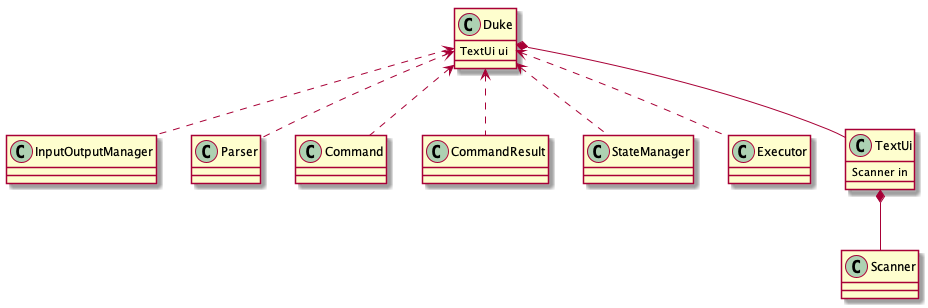
Earlier version of the PlantUML export docs/diagrams/MainClassDiagram.png (wangqinNick/tp). Its diagram source:
```plantuml
@startuml

class InputOutputManager
class Parser
class Command
class CommandResult
class StateManager
class Executor
class Scanner

class Duke {
    TextUi ui
}
class TextUi {
    Scanner in
}

Duke *-- TextUi
Duke <.. Parser
Duke <.. Command
Duke <.. CommandResult
Duke <.. Executor
Duke <.. InputOutputManager
Duke <.. StateManager

TextUi *-- Scanner

@enduml
```
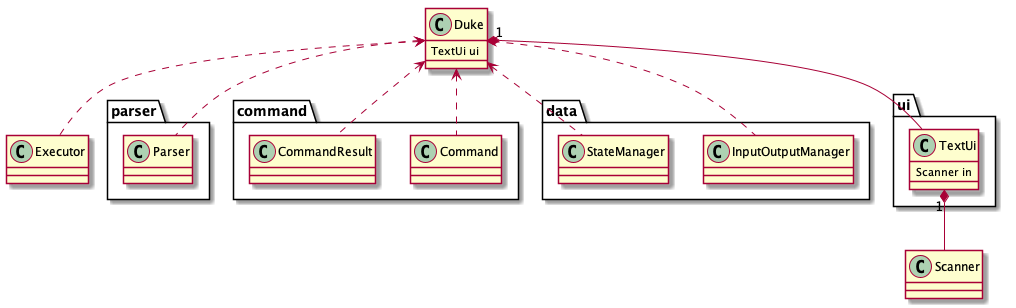
Above is the later version.

The edit, as a diff of the source:
```diff
@@ -1,21 +1,32 @@
 @startuml
-
-class InputOutputManager
-class Parser
-class Command
-class CommandResult
-class StateManager
-class Executor
-class Scanner
 
 class Duke {
     TextUi ui
 }
-class TextUi {
-    Scanner in
+class Executor
+class Scanner
+
+package parser {
+    class Parser
 }
 
-Duke *-- TextUi
+package command {
+    class Command
+    class CommandResult
+}
+
+package data {
+    class InputOutputManager
+    class StateManager
+}
+
+package ui {
+    class TextUi {
+        Scanner in
+    }
+}
+
+Duke "1" *-- TextUi
 Duke <.. Parser
 Duke <.. Command
 Duke <.. CommandResult
@@ -23,6 +34,6 @@
 Duke <.. InputOutputManager
 Duke <.. StateManager
 
-TextUi *-- Scanner
+TextUi "1" *-- Scanner
 
 @enduml
```
